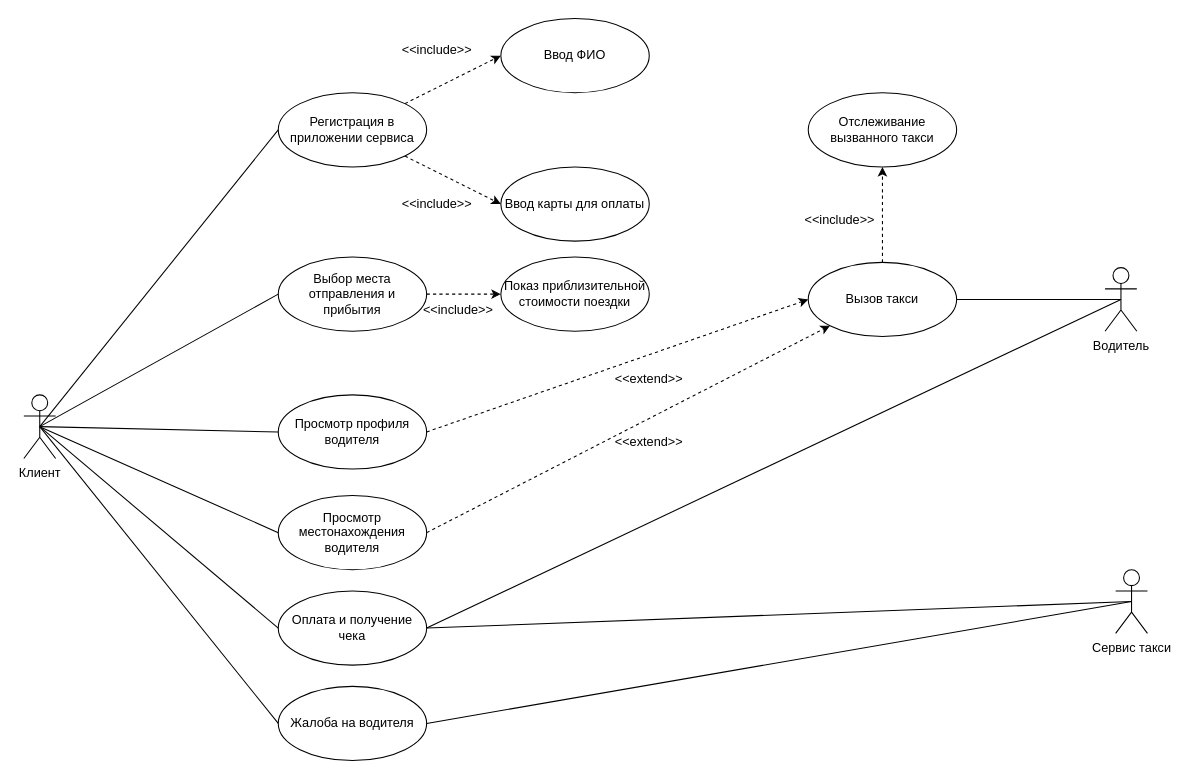
romankuz19/- keeps this draw.io diagram as DZ 2 .drawio. Above is the earlier version. Source tidied: cells renumbered, new cells numbered last; positions are measured from the earlier drawing's top-left corner, leaving out a move shared by most shapes. Both pictures are drawn from the tidied source at 106%, with x=0, y=0 at pixel (23, 18).
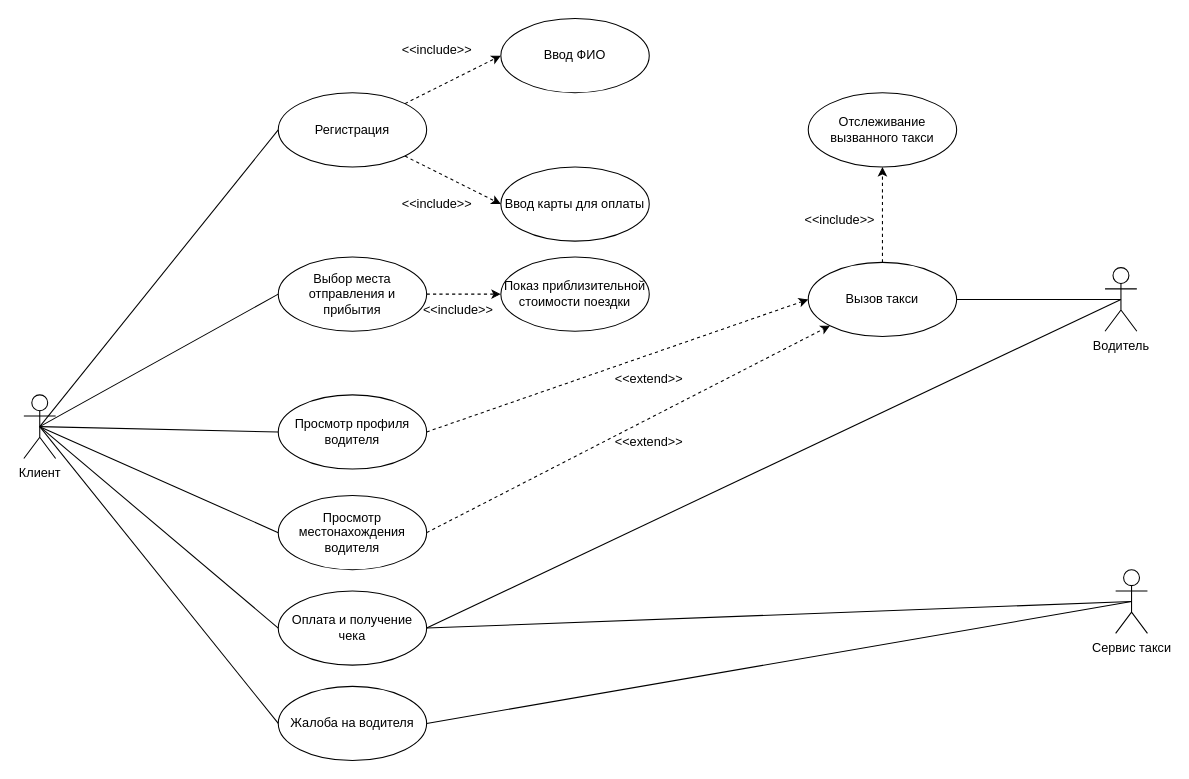
After the change.

Diff of the diagram source:
```diff
@@
-    <mxCell id="6" value="Регистрация в приложении сервиса" style="ellipse;whiteSpace=wrap;html=1;" parent="1" vertex="1">
+    <mxCell id="6" value="Регистрация" style="ellipse;whiteSpace=wrap;html=1;" parent="1" vertex="1">
       <mxGeometry x="240" y="70" width="140" height="70" as="geometry" />
     </mxCell>
```
